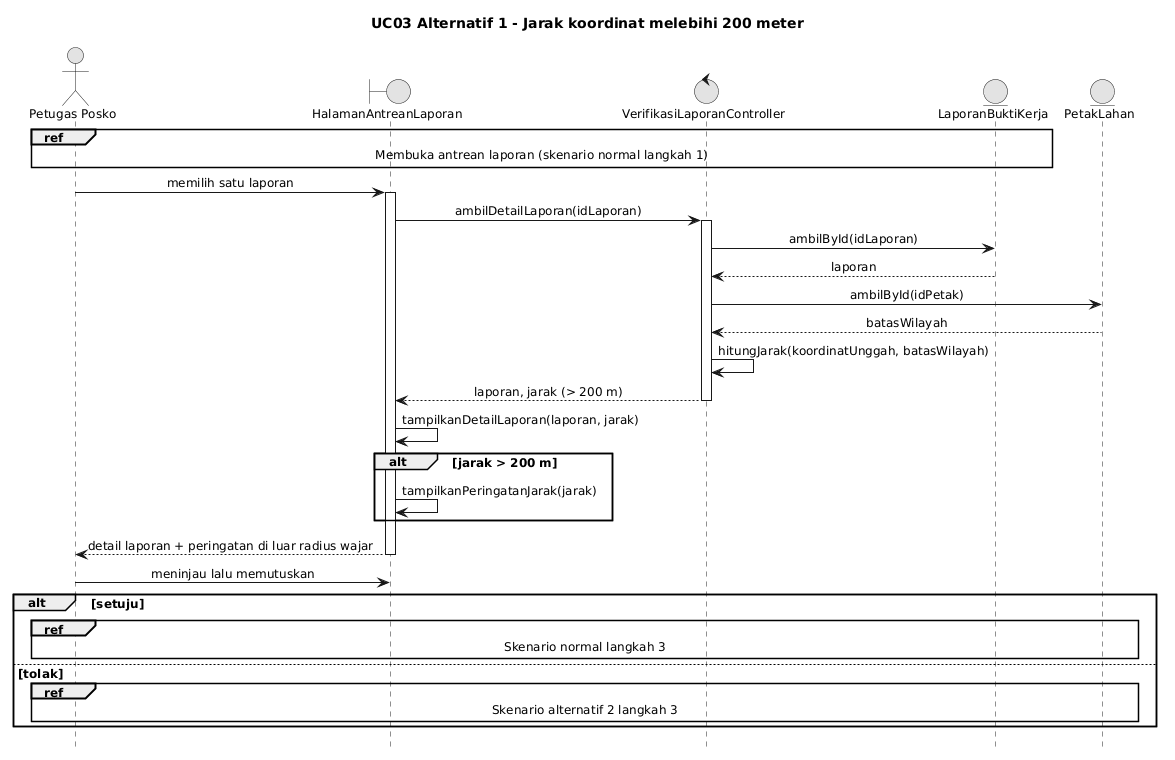
Earlier version of the PlantUML export docs/M8/assets/diagram/sequence-diagram-03-alt.png (Levvroy/IF2150-RPL-K01-G08).
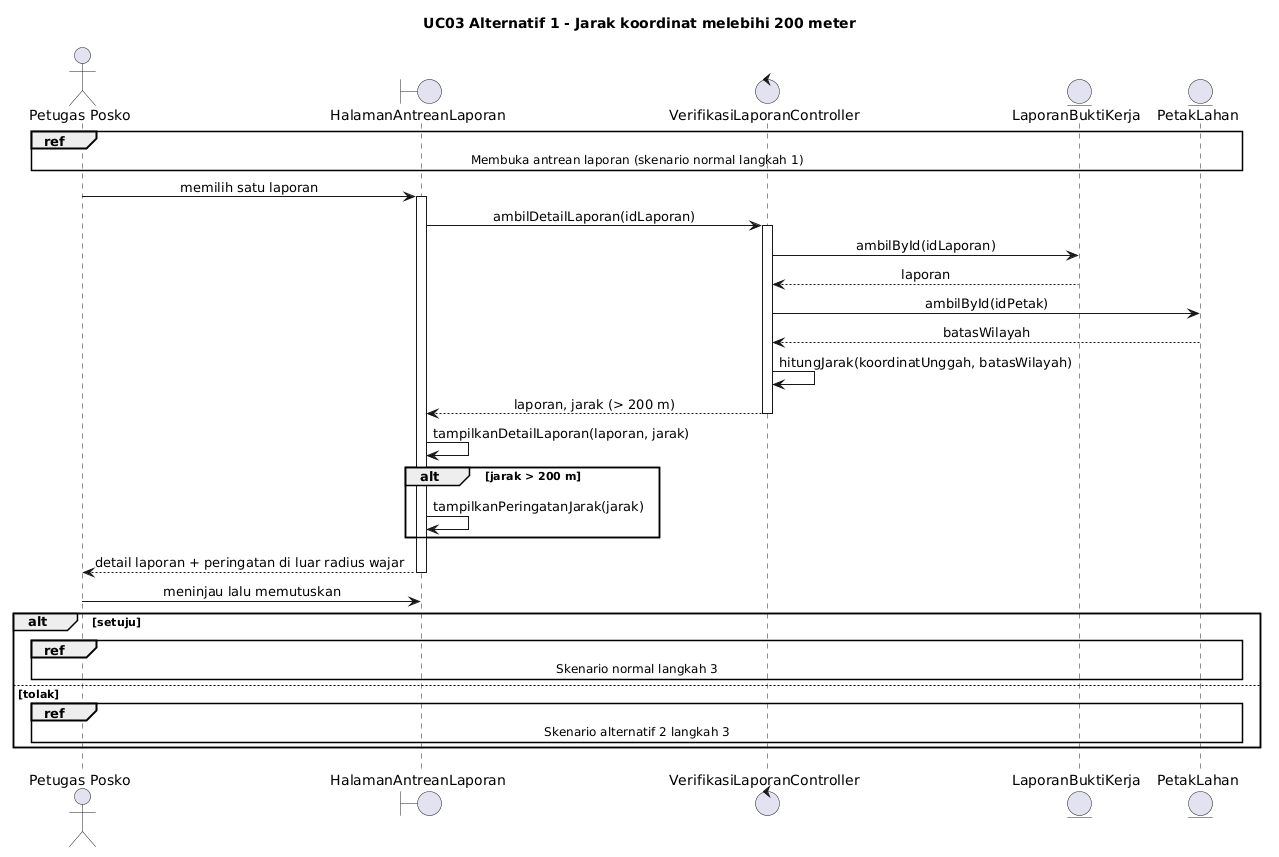
After the commit.

Commit message:
docs: perbarui diagram kelas dan sequence UC03

What changed in the source:
```diff
@@ -1,43 +1,40 @@
 @startuml
-skinparam monochrome true
+title UC03 Alternatif 1 - Jarak koordinat melebihi 200 meter
+
 skinparam shadowing false
-skinparam defaultFontName Arial
-skinparam defaultFontSize 12
 skinparam sequenceMessageAlign center
-skinparam responseMessageBelowArrow true
 
-hide footbox
-title UC03 Alternatif 1 - Jarak koordinat melebihi 200 meter
-actor "Petugas Posko" as P
-boundary HalamanAntreanLaporan as V
-control VerifikasiLaporanController as C
-entity LaporanBuktiKerja as B
-entity PetakLahan as L
+actor "Petugas Posko" as Petugas
+boundary HalamanAntreanLaporan as Halaman
+control VerifikasiLaporanController as Controller
+entity LaporanBuktiKerja as Laporan
+entity PetakLahan as Petak
 
-ref over P, V, C, B : Membuka antrean laporan (skenario normal langkah 1)
+ref over Petugas, Petak : Membuka antrean laporan (skenario normal langkah 1)
 
-P -> V : memilih satu laporan
-activate V
-V -> C : ambilDetailLaporan(idLaporan)
-activate C
-C -> B : ambilById(idLaporan)
-B --> C : laporan
-C -> L : ambilById(idPetak)
-L --> C : batasWilayah
-C -> C : hitungJarak(koordinatUnggah, batasWilayah)
-C --> V : laporan, jarak (> 200 m)
-deactivate C
-V -> V : tampilkanDetailLaporan(laporan, jarak)
+Petugas -> Halaman : memilih satu laporan
+activate Halaman
+Halaman -> Controller : ambilDetailLaporan(idLaporan)
+activate Controller
+Controller -> Laporan : ambilById(idLaporan)
+Laporan --> Controller : laporan
+Controller -> Petak : ambilById(idPetak)
+Petak --> Controller : batasWilayah
+Controller -> Controller : hitungJarak(koordinatUnggah, batasWilayah)
+Controller --> Halaman : laporan, jarak (> 200 m)
+deactivate Controller
+Halaman -> Halaman : tampilkanDetailLaporan(laporan, jarak)
 alt jarak > 200 m
-  V -> V : tampilkanPeringatanJarak(jarak)
+  Halaman -> Halaman : tampilkanPeringatanJarak(jarak)
 end
-V --> P : detail laporan + peringatan di luar radius wajar
-deactivate V
+Halaman --> Petugas : detail laporan + peringatan di luar radius wajar
+deactivate Halaman
 
-P -> V : meninjau lalu memutuskan
+Petugas -> Halaman : meninjau lalu memutuskan
+
 alt setuju
-  ref over P, V, C, B, L : Skenario normal langkah 3
+  ref over Petugas, Petak : Skenario normal langkah 3
 else tolak
-  ref over P, V, C, B, L : Skenario alternatif 2 langkah 3
+  ref over Petugas, Petak : Skenario alternatif 2 langkah 3
 end
 @enduml
```
